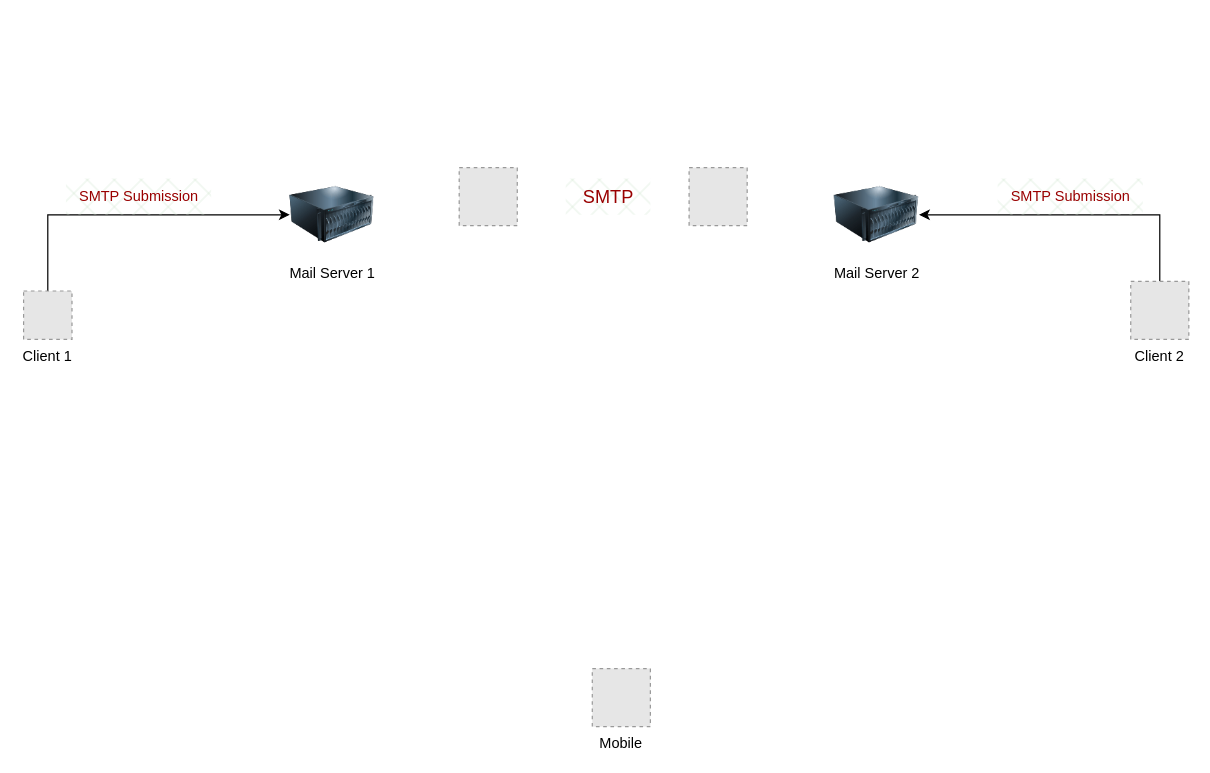
This is Network designs/Untitled Diagram.drawio from payam-avarwand/Network_Diagrams, a draw.io file, before an edit. Source tidied: cells renumbered, new cells numbered last; positions are measured from the earlier drawing's top-left corner, leaving out a move shared by most shapes. Both pictures are drawn from the tidied source at 121%, with x=0, y=0 at pixel (23, 167). Pictures stored in the file or linked from it are replaced by grey dashed boxes.
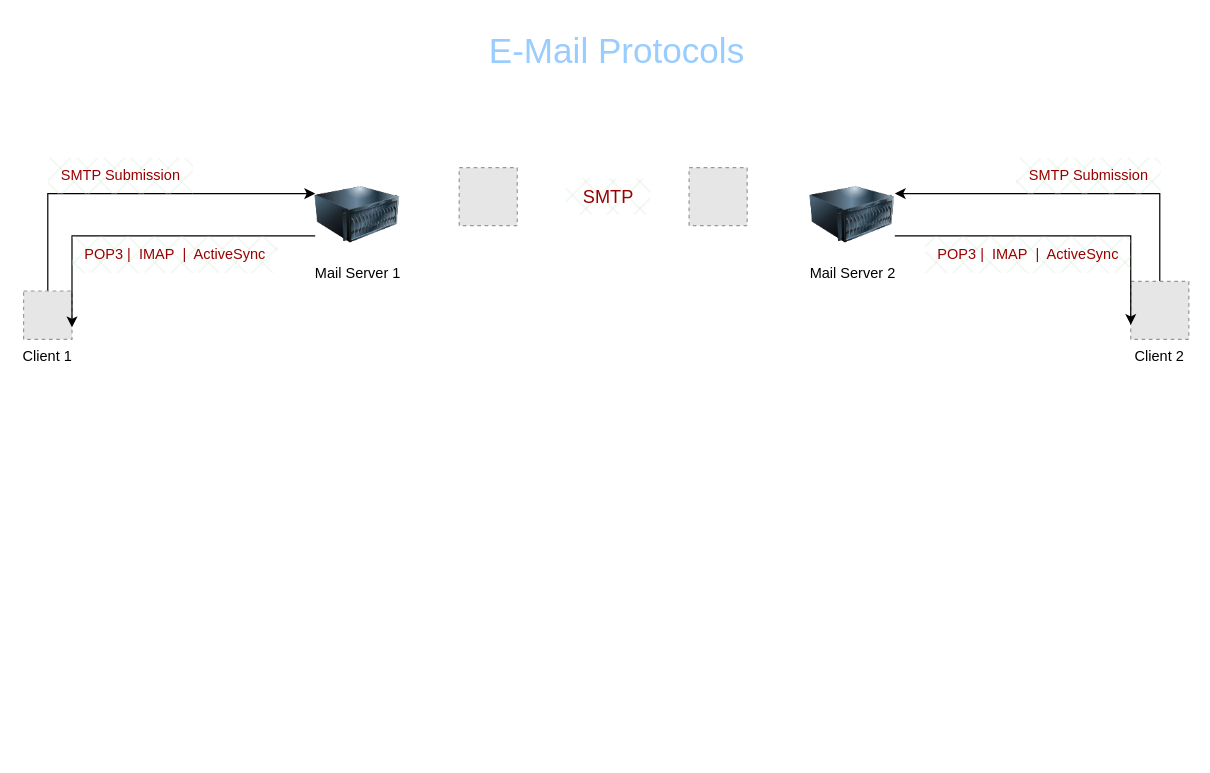
Above is the later version.

Unchanged cells that the change refers to:
```xml
<mxCell id="5" value="Client 1" style="fillColor=#E6E6E6;strokeColor=#999999;dashed=1;verticalLabelPosition=bottom;verticalAlign=top;labelBackgroundColor=#ffffff;" parent="1" vertex="1">
  <mxGeometry y="102" width="40" height="40" as="geometry" />
</mxCell>
<mxCell id="8" value="Client 2" style="fillColor=#E6E6E6;strokeColor=#999999;dashed=1;verticalLabelPosition=bottom;verticalAlign=top;labelBackgroundColor=#ffffff;" parent="1" vertex="1">
  <mxGeometry x="915" y="94" width="48" height="48" as="geometry" />
</mxCell>
```

Diff of the diagram source:
```diff
@@
-    <mxCell id="3" value="Mobile" style="fillColor=#E6E6E6;strokeColor=#999999;dashed=1;verticalLabelPosition=bottom;verticalAlign=top;labelBackgroundColor=#ffffff;" parent="1" vertex="1">
-      <mxGeometry x="470" y="414" width="48" height="48" as="geometry" />
-    </mxCell>
-    <mxCell id="4" style="edgeStyle=orthogonalEdgeStyle;rounded=0;jettySize=auto;html=1;exitX=0.5;exitY=0;exitDx=0;exitDy=0;entryX=0;entryY=0.5;entryDx=0;entryDy=0;" parent="1" edge="1" source="5" target="6">
+    <mxCell id="4" style="edgeStyle=orthogonalEdgeStyle;rounded=0;jettySize=auto;html=1;exitX=0.5;exitY=0;exitDx=0;exitDy=0;entryX=0;entryY=0.25;entryDx=0;entryDy=0;" parent="1" edge="1" source="5" target="6">
       <mxGeometry relative="1" as="geometry" />
     </mxCell>
@@
+    <mxCell id="15" style="edgeStyle=orthogonalEdgeStyle;rounded=0;jettySize=auto;html=1;exitX=0;exitY=0.75;exitDx=0;exitDy=0;entryX=1;entryY=0.75;entryDx=0;entryDy=0;" parent="1" edge="1" source="6" target="5">
+      <mxGeometry relative="1" as="geometry">
+        <Array as="points">
+          <mxPoint x="40" y="57" />
+        </Array>
+      </mxGeometry>
+    </mxCell>
     <mxCell id="6" value="Mail Server 1" style="image;html=1;image=img/lib/clip_art/computers/Server_128x128.png;" parent="1" vertex="1">
-      <mxGeometry x="220" y="4" width="70" height="70" as="geometry" />
+      <mxGeometry x="241" y="4" width="70" height="70" as="geometry" />
     </mxCell>
-    <mxCell id="7" style="edgeStyle=orthogonalEdgeStyle;rounded=0;jettySize=auto;html=1;exitX=0.5;exitY=0;exitDx=0;exitDy=0;entryX=1;entryY=0.5;entryDx=0;entryDy=0;" parent="1" edge="1" source="8" target="9">
+    <mxCell id="7" style="edgeStyle=orthogonalEdgeStyle;rounded=0;jettySize=auto;html=1;exitX=0.5;exitY=0;exitDx=0;exitDy=0;entryX=1;entryY=0.25;entryDx=0;entryDy=0;" parent="1" edge="1" source="8" target="9">
       <mxGeometry relative="1" as="geometry" />
     </mxCell>
@@
+    <mxCell id="16" style="edgeStyle=orthogonalEdgeStyle;rounded=0;jettySize=auto;html=1;exitX=1;exitY=0.75;exitDx=0;exitDy=0;entryX=0;entryY=0.75;entryDx=0;entryDy=0;" parent="1" edge="1" source="9" target="8">
+      <mxGeometry relative="1" as="geometry">
+        <Array as="points">
+          <mxPoint x="915" y="57" />
+        </Array>
+      </mxGeometry>
+    </mxCell>
     <mxCell id="9" value="Mail Server 2" style="image;html=1;image=img/lib/clip_art/computers/Server_128x128.png;" parent="1" vertex="1">
-      <mxGeometry x="670" y="4" width="70" height="70" as="geometry" />
+      <mxGeometry x="650" y="4" width="70" height="70" as="geometry" />
     </mxCell>
@@
     <mxCell id="13" value="&lt;font color=&quot;#990000&quot;&gt;SMTP Submission&lt;/font&gt;" style="text;html=1;align=center;verticalAlign=middle;strokeColor=none;fillColor=#d5e8d4;fillStyle=cross-hatch;gradientColor=none;" parent="1" vertex="1">
-      <mxGeometry x="35" y="9" width="120" height="30" as="geometry" />
+      <mxGeometry x="20" y="-8" width="120" height="30" as="geometry" />
     </mxCell>
     <mxCell id="14" value="&lt;font color=&quot;#990000&quot;&gt;SMTP Submission&lt;/font&gt;" style="text;html=1;align=center;verticalAlign=middle;strokeColor=none;fillColor=#d5e8d4;fillStyle=cross-hatch;gradientColor=none;" parent="1" vertex="1">
-      <mxGeometry x="805" y="9" width="120" height="30" as="geometry" />
+      <mxGeometry x="820" y="-8" width="120" height="30" as="geometry" />
     </mxCell>
+    <mxCell id="17" value="&lt;font color=&quot;#990000&quot;&gt;POP3 |&amp;nbsp; IMAP&amp;nbsp; |&amp;nbsp; ActiveSync &lt;br&gt;&lt;/font&gt;" style="text;html=1;align=center;verticalAlign=middle;strokeColor=none;fillColor=#d5e8d4;fillStyle=cross-hatch;gradientColor=none;" parent="1" vertex="1">
+      <mxGeometry x="40" y="57" width="170" height="30" as="geometry" />
+    </mxCell>
+    <mxCell id="18" value="&lt;font color=&quot;#990000&quot;&gt;POP3 |&amp;nbsp; IMAP&amp;nbsp; |&amp;nbsp; ActiveSync &lt;br&gt;&lt;/font&gt;" style="text;html=1;align=center;verticalAlign=middle;strokeColor=none;fillColor=#d5e8d4;fillStyle=cross-hatch;gradientColor=none;" parent="1" vertex="1">
+      <mxGeometry x="745" y="57" width="170" height="30" as="geometry" />
+    </mxCell>
+    <mxCell id="19" value="&lt;font style=&quot;font-size: 29px;&quot;&gt;E-Mail Protocols&lt;/font&gt;" style="text;html=1;align=center;verticalAlign=middle;fontColor=#99CCFF;fontSize=29;dashed=1;fillColor=none;rounded=0;glass=1;shadow=0;" parent="1" vertex="1">
+      <mxGeometry x="375" y="-121" width="230" height="50" as="geometry" />
+    </mxCell>
```
